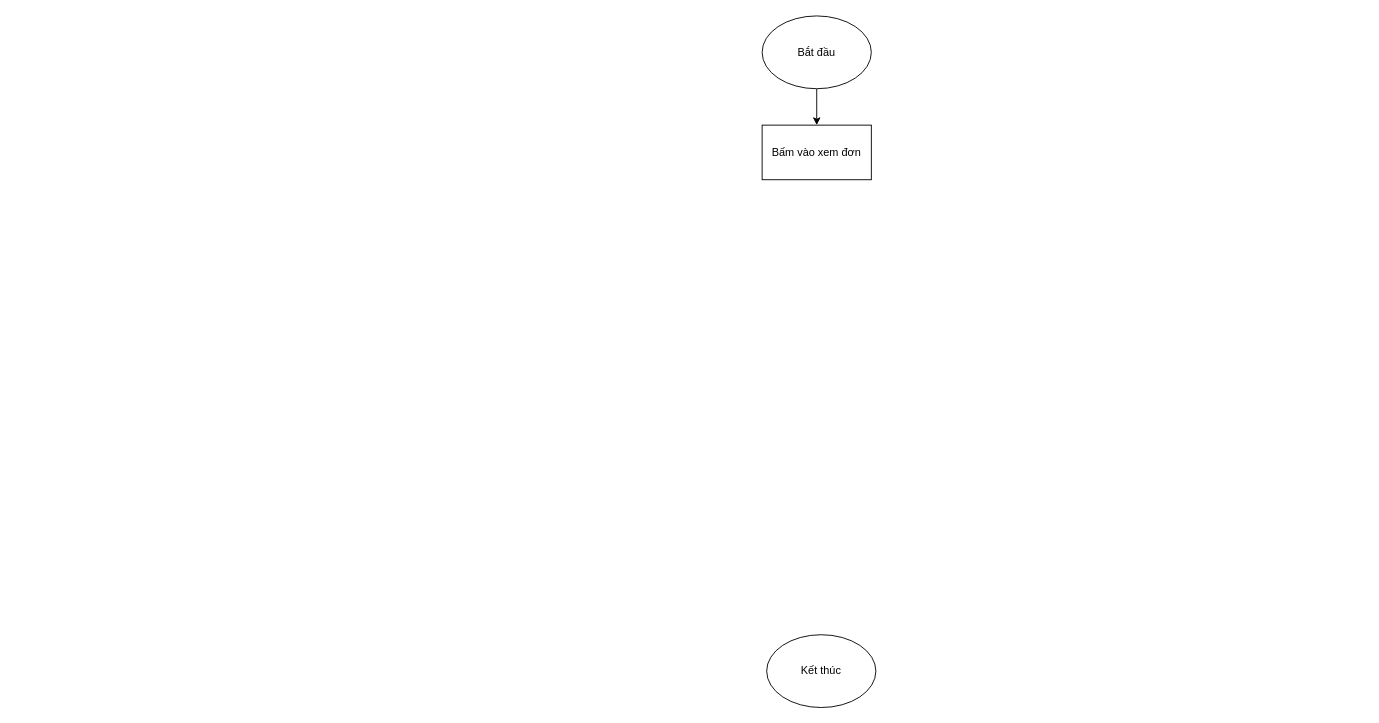
seriousman1220/dotnetDocument keeps this draw.io diagram as Untitled Diagram.drawio. Above is the earlier version. Source tidied: cells renumbered, new cells numbered last; positions are measured from the earlier drawing's top-left corner, leaving out a move shared by most shapes. Both pictures are drawn from the tidied source at 91%, with x=0, y=0 at pixel (762, 15).
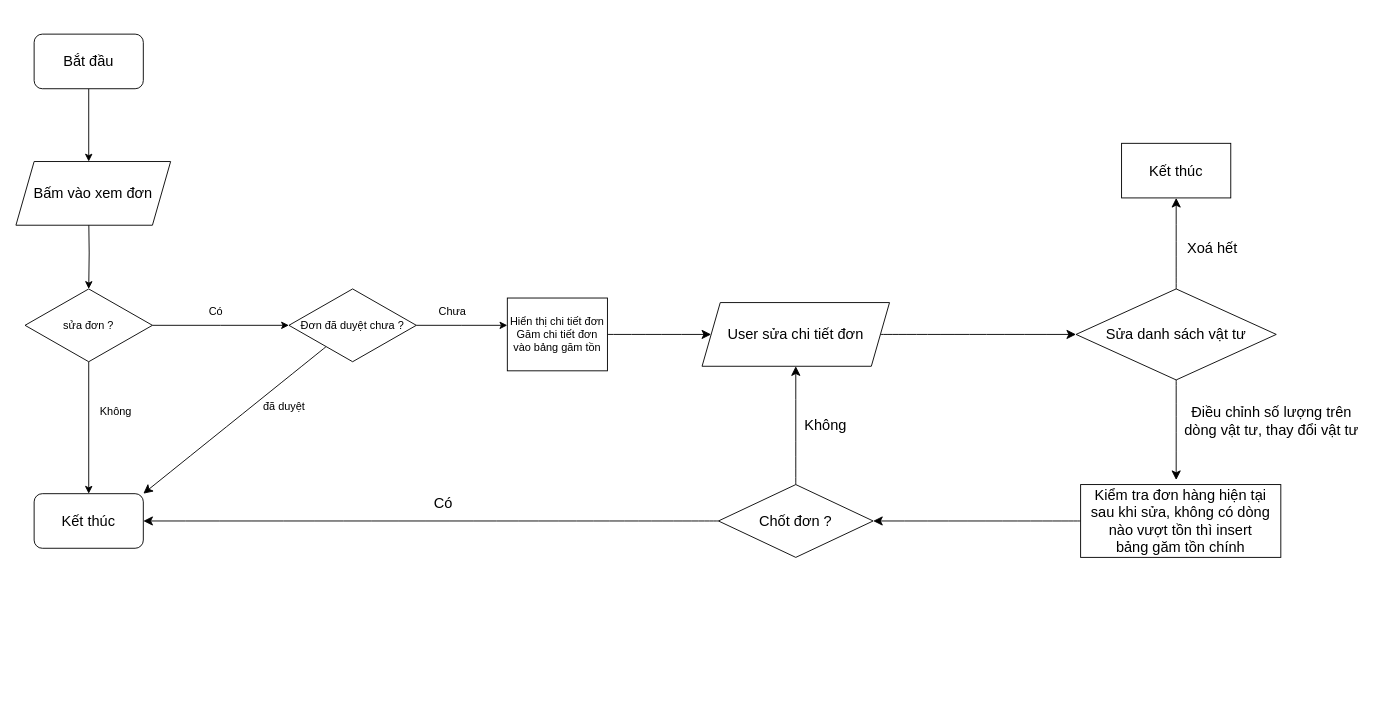
After the change.

Change to the diagram source:
```diff
@@
-    <mxCell id="2" style="edgeStyle=orthogonalEdgeStyle;rounded=0;jettySize=auto;html=1;exitX=0.5;exitY=1;exitDx=0;exitDy=0;" parent="1" edge="1" source="3">
+    <mxCell id="2" style="edgeStyle=orthogonalEdgeStyle;rounded=0;orthogonalLoop=1;jettySize=auto;html=1;exitX=0.5;exitY=1;exitDx=0;exitDy=0;" parent="1" edge="1">
       <mxGeometry relative="1" as="geometry">
-        <mxPoint x="60" y="120" as="targetPoint" />
+        <mxPoint x="-740" y="80" as="sourcePoint" />
+        <mxPoint x="-740" y="160" as="targetPoint" />
       </mxGeometry>
     </mxCell>
+    <mxCell id="6" style="edgeStyle=orthogonalEdgeStyle;rounded=0;jettySize=auto;html=1;entryX=0.5;entryY=0;entryDx=0;entryDy=0;" parent="1" edge="1" target="9">
+      <mxGeometry relative="1" as="geometry">
+        <mxPoint x="-740" y="220" as="sourcePoint" />
+      </mxGeometry>
+    </mxCell>
+    <mxCell id="7" style="edgeStyle=orthogonalEdgeStyle;rounded=0;jettySize=auto;html=1;entryX=0.5;entryY=0;entryDx=0;entryDy=0;" parent="1" edge="1" source="9" target="19">
+      <mxGeometry relative="1" as="geometry" />
+    </mxCell>
+    <mxCell id="8" style="edgeStyle=orthogonalEdgeStyle;rounded=0;jettySize=auto;html=1;entryX=0;entryY=0.5;entryDx=0;entryDy=0;" parent="1" edge="1" source="9">
+      <mxGeometry relative="1" as="geometry">
+        <mxPoint x="-520" y="340" as="targetPoint" />
+      </mxGeometry>
+    </mxCell>
+    <mxCell id="9" value="sửa đơn ?" style="rhombus;whiteSpace=wrap;html=1;" parent="1" vertex="1">
+      <mxGeometry x="-810" y="300" width="140" height="80" as="geometry" />
+    </mxCell>
+    <mxCell id="10" value="Không" style="text;strokeColor=none;align=center;fillColor=none;html=1;verticalAlign=middle;whiteSpace=wrap;rounded=0;" parent="1" vertex="1">
+      <mxGeometry x="-740" y="420" width="60" height="30" as="geometry" />
+    </mxCell>
+    <mxCell id="11" value="Có" style="text;strokeColor=none;align=center;fillColor=none;html=1;verticalAlign=middle;whiteSpace=wrap;rounded=0;" parent="1" vertex="1">
+      <mxGeometry x="-630" y="310" width="60" height="30" as="geometry" />
+    </mxCell>
+    <mxCell id="12" style="edgeStyle=orthogonalEdgeStyle;rounded=0;jettySize=auto;html=1;" parent="1" edge="1" source="14">
+      <mxGeometry relative="1" as="geometry">
+        <mxPoint x="-280" y="340" as="targetPoint" />
+      </mxGeometry>
+    </mxCell>
+    <mxCell id="13" style="edgeStyle=none;curved=1;rounded=0;jettySize=auto;html=1;entryX=1;entryY=0;entryDx=0;entryDy=0;fontSize=12;startSize=8;endSize=8;" parent="1" edge="1" source="14" target="19">
+      <mxGeometry relative="1" as="geometry" />
+    </mxCell>
+    <mxCell id="14" value="Đơn đã duyệt chưa ?" style="rhombus;whiteSpace=wrap;html=1;" parent="1" vertex="1">
+      <mxGeometry x="-520" y="300" width="140" height="80" as="geometry" />
+    </mxCell>
+    <mxCell id="15" value="đã duyệt" style="text;strokeColor=none;align=center;fillColor=none;html=1;verticalAlign=middle;whiteSpace=wrap;rounded=0;" parent="1" vertex="1">
+      <mxGeometry x="-580" y="410" width="110" height="40" as="geometry" />
+    </mxCell>
+    <mxCell id="16" value="Chưa" style="text;strokeColor=none;align=center;fillColor=none;html=1;verticalAlign=middle;whiteSpace=wrap;rounded=0;" parent="1" vertex="1">
+      <mxGeometry x="-370" y="310" width="60" height="30" as="geometry" />
+    </mxCell>
+    <mxCell id="17" style="edgeStyle=none;curved=1;rounded=0;jettySize=auto;html=1;entryX=0;entryY=0.5;entryDx=0;entryDy=0;fontSize=12;startSize=8;endSize=8;" parent="1" edge="1" source="18" target="29">
+      <mxGeometry relative="1" as="geometry" />
+    </mxCell>
+    <mxCell id="18" value="Hiển thị chi tiết đơn &lt;br&gt;Găm chi tiết đơn vào bảng găm tồn" style="rounded=0;whiteSpace=wrap;html=1;" parent="1" vertex="1">
+      <mxGeometry x="-280" y="310" width="110" height="80" as="geometry" />
+    </mxCell>
-    <mxCell id="3" value="Bắt đầu" style="ellipse;whiteSpace=wrap;html=1;" parent="1" vertex="1">
-      <mxGeometry width="120" height="80" as="geometry" />
+    <mxCell id="3" value="Bắt đầu" style="rounded=1;whiteSpace=wrap;html=1;fontSize=16;" parent="1" vertex="1">
+      <mxGeometry x="-800" y="20" width="120" height="60" as="geometry" />
     </mxCell>
-    <mxCell id="4" value="Kết thúc" style="ellipse;whiteSpace=wrap;html=1;" parent="1" vertex="1">
-      <mxGeometry x="5" y="680" width="120" height="80" as="geometry" />
-    </mxCell>
+    <mxCell id="19" value="Kết thúc" style="rounded=1;whiteSpace=wrap;html=1;fontSize=16;" parent="1" vertex="1">
+      <mxGeometry x="-800" y="525" width="120" height="60" as="geometry" />
+    </mxCell>
-    <mxCell id="5" value="Bấm vào xem đơn" style="rounded=0;whiteSpace=wrap;html=1;" parent="1" vertex="1">
-      <mxGeometry y="120" width="120" height="60" as="geometry" />
+    <mxCell id="5" value="Bấm vào xem đơn" style="shape=parallelogram;perimeter=parallelogramPerimeter;whiteSpace=wrap;html=1;fixedSize=1;fontSize=16;" parent="1" vertex="1">
+      <mxGeometry x="-820" y="160" width="170" height="70" as="geometry" />
     </mxCell>
+    <mxCell id="20" style="edgeStyle=none;curved=1;rounded=0;jettySize=auto;html=1;fontSize=12;startSize=8;endSize=8;" parent="1" edge="1" source="22" target="23">
+      <mxGeometry relative="1" as="geometry" />
+    </mxCell>
+    <mxCell id="21" style="edgeStyle=none;curved=1;rounded=0;jettySize=auto;html=1;fontSize=12;startSize=8;endSize=8;" parent="1" edge="1" source="22">
+      <mxGeometry relative="1" as="geometry">
+        <mxPoint x="455" y="510" as="targetPoint" />
+      </mxGeometry>
+    </mxCell>
+    <mxCell id="22" value="Sửa danh sách vật tư" style="rhombus;whiteSpace=wrap;html=1;fontSize=16;" parent="1" vertex="1">
+      <mxGeometry x="345" y="300" width="220" height="100" as="geometry" />
+    </mxCell>
+    <mxCell id="23" value="Kết thúc" style="whiteSpace=wrap;html=1;fontSize=16;" parent="1" vertex="1">
+      <mxGeometry x="395" y="140" width="120" height="60" as="geometry" />
+    </mxCell>
+    <mxCell id="24" value="Xoá hết" style="text;strokeColor=none;align=center;fillColor=none;html=1;verticalAlign=middle;whiteSpace=wrap;rounded=0;fontSize=16;" parent="1" vertex="1">
+      <mxGeometry x="465" y="240" width="60" height="30" as="geometry" />
+    </mxCell>
+    <mxCell id="25" value="Điều chỉnh số lượng trên dòng vật tư, thay đổi vật tư" style="text;strokeColor=none;align=center;fillColor=none;html=1;verticalAlign=middle;whiteSpace=wrap;rounded=0;fontSize=16;" parent="1" vertex="1">
+      <mxGeometry x="460" y="420" width="200" height="50" as="geometry" />
+    </mxCell>
+    <mxCell id="26" style="edgeStyle=none;curved=1;rounded=0;jettySize=auto;html=1;fontSize=12;startSize=8;endSize=8;" parent="1" edge="1" source="27" target="32">
+      <mxGeometry relative="1" as="geometry" />
+    </mxCell>
+    <mxCell id="27" value="Kiểm tra đơn hàng hiện tại sau khi sửa, không có dòng nào vượt tồn thì insert bảng&amp;nbsp;găm tồn chính" style="rounded=0;whiteSpace=wrap;html=1;fontSize=16;" parent="1" vertex="1">
+      <mxGeometry x="350" y="515" width="220" height="80" as="geometry" />
+    </mxCell>
+    <mxCell id="28" style="edgeStyle=none;curved=1;rounded=0;jettySize=auto;html=1;fontSize=12;startSize=8;endSize=8;" parent="1" edge="1" source="29" target="22">
+      <mxGeometry relative="1" as="geometry" />
+    </mxCell>
+    <mxCell id="29" value="User sửa chi tiết đơn" style="shape=parallelogram;perimeter=parallelogramPerimeter;whiteSpace=wrap;html=1;fixedSize=1;fontSize=16;" parent="1" vertex="1">
+      <mxGeometry x="-66" y="315" width="206" height="70" as="geometry" />
+    </mxCell>
+    <mxCell id="30" style="edgeStyle=none;curved=1;rounded=0;jettySize=auto;html=1;fontSize=12;startSize=8;endSize=8;" parent="1" edge="1" source="32">
+      <mxGeometry relative="1" as="geometry">
+        <mxPoint x="-680" y="555" as="targetPoint" />
+      </mxGeometry>
+    </mxCell>
+    <mxCell id="31" style="edgeStyle=none;curved=1;rounded=0;jettySize=auto;html=1;fontSize=12;startSize=8;endSize=8;" parent="1" edge="1" source="32" target="29">
+      <mxGeometry relative="1" as="geometry" />
+    </mxCell>
+    <mxCell id="32" value="Chốt đơn ?" style="rhombus;whiteSpace=wrap;html=1;fontSize=16;rounded=0;" parent="1" vertex="1">
+      <mxGeometry x="-48" y="515" width="170" height="80" as="geometry" />
+    </mxCell>
+    <mxCell id="33" value="Có" style="text;strokeColor=none;align=center;fillColor=none;html=1;verticalAlign=middle;whiteSpace=wrap;rounded=0;fontSize=16;" parent="1" vertex="1">
+      <mxGeometry x="-390" y="515" width="80" height="40" as="geometry" />
+    </mxCell>
+    <mxCell id="34" value="Không" style="text;strokeColor=none;align=center;fillColor=none;html=1;verticalAlign=middle;whiteSpace=wrap;rounded=0;fontSize=16;" parent="1" vertex="1">
+      <mxGeometry x="30" y="430" width="80" height="40" as="geometry" />
+    </mxCell>
```
